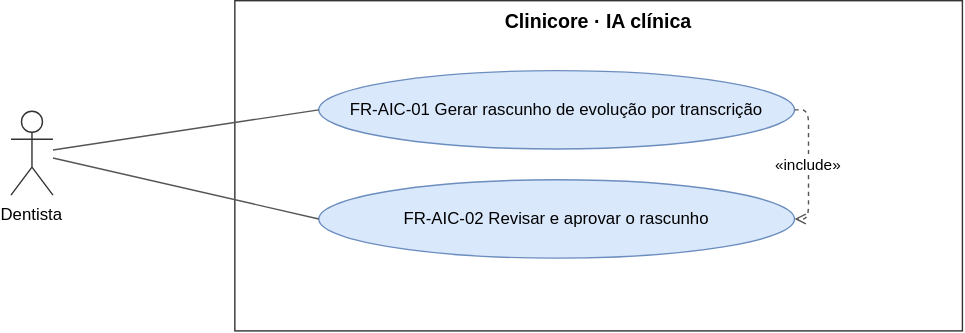
The draw.io diagram docs/requirements/diagrams/use-cases-ai-clinical.drawio.svg in TheoOdawara/clinicore, before a commit. Source tidied: cells renumbered, new cells last; positions are measured from the earlier drawing's top-left corner, leaving out a move shared by most shapes. Its diagram source:
```xml
<mxGraphModel background="#ffffff">
  <root>
    <mxCell id="0" />
    <mxCell id="1" parent="0" />
    <mxCell id="2" value="Clinicore · IA clínica" style="rounded=0;whiteSpace=wrap;html=0;fillColor=none;strokeColor=#333333;verticalAlign=top;fontStyle=1;fontSize=14;" parent="1" vertex="1">
      <mxGeometry x="160" width="520" height="236" as="geometry" />
    </mxCell>
    <mxCell id="3" value="FR-AIC-01 Gerar rascunho de evolução por transcrição" style="ellipse;whiteSpace=wrap;html=0;fillColor=#dae8fc;strokeColor=#6c8ebf;fontSize=12;" parent="1" vertex="1">
      <mxGeometry x="220" y="50" width="340" height="56" as="geometry" />
    </mxCell>
    <mxCell id="4" value="FR-AIC-02 Revisar e aprovar o rascunho" style="ellipse;whiteSpace=wrap;html=0;fillColor=#dae8fc;strokeColor=#6c8ebf;fontSize=12;" parent="1" vertex="1">
      <mxGeometry x="220" y="128" width="340" height="56" as="geometry" />
    </mxCell>
    <mxCell id="5" value="Dentista" style="shape=umlActor;verticalLabelPosition=bottom;verticalAlign=top;html=0;outlineConnect=0;fillColor=#ffffff;strokeColor=#333333;fontSize=12;" parent="1" vertex="1">
      <mxGeometry y="79" width="30" height="60" as="geometry" />
    </mxCell>
    <mxCell id="6" style="endArrow=none;html=0;strokeColor=#555555;entryX=0;entryY=0.5;entryDx=0;entryDy=0;" parent="1" edge="1" source="5" target="3">
      <mxGeometry relative="1" as="geometry" />
    </mxCell>
    <mxCell id="7" style="endArrow=none;html=0;strokeColor=#555555;entryX=0;entryY=0.5;entryDx=0;entryDy=0;" parent="1" edge="1" source="5" target="4">
      <mxGeometry relative="1" as="geometry" />
    </mxCell>
    <mxCell id="8" value="«include»" style="endArrow=open;dashed=1;html=0;strokeColor=#555555;fontSize=11;edgeStyle=orthogonalEdgeStyle;exitX=1;exitY=0.5;entryX=1;entryY=0.5;labelBackgroundColor=#ffffff;" parent="1" edge="1" source="3" target="4">
      <mxGeometry relative="1" as="geometry" />
    </mxCell>
  </root>
</mxGraphModel>
```
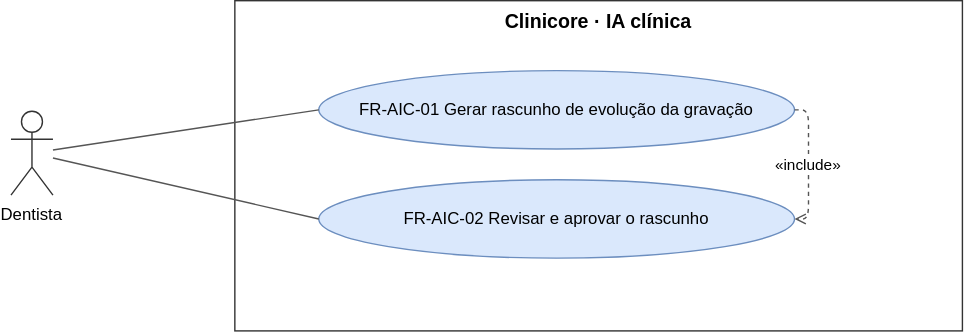
The same file after the commit.

Change to the diagram source:
```diff
@@ -5,7 +5,7 @@
     <mxCell id="2" value="Clinicore · IA clínica" style="rounded=0;whiteSpace=wrap;html=0;fillColor=none;strokeColor=#333333;verticalAlign=top;fontStyle=1;fontSize=14;" parent="1" vertex="1">
       <mxGeometry x="160" width="520" height="236" as="geometry" />
     </mxCell>
-    <mxCell id="3" value="FR-AIC-01 Gerar rascunho de evolução por transcrição" style="ellipse;whiteSpace=wrap;html=0;fillColor=#dae8fc;strokeColor=#6c8ebf;fontSize=12;" parent="1" vertex="1">
+    <mxCell id="3" value="FR-AIC-01 Gerar rascunho de evolução da gravação" style="ellipse;whiteSpace=wrap;html=0;fillColor=#dae8fc;strokeColor=#6c8ebf;fontSize=12;" parent="1" vertex="1">
       <mxGeometry x="220" y="50" width="340" height="56" as="geometry" />
     </mxCell>
     <mxCell id="4" value="FR-AIC-02 Revisar e aprovar o rascunho" style="ellipse;whiteSpace=wrap;html=0;fillColor=#dae8fc;strokeColor=#6c8ebf;fontSize=12;" parent="1" vertex="1">
```
